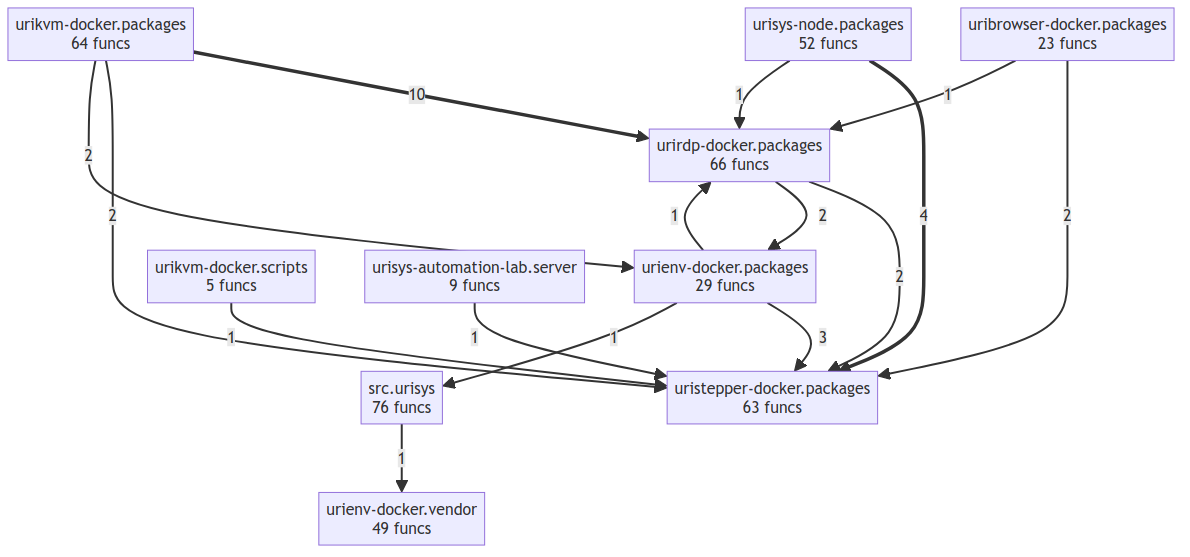
tellmesh/urisys keeps this Mermaid diagram as project/compact_flow.png. Above is the earlier version. Its source is kept beside it as project/compact_flow.mmd. Source of this version:
```mermaid
flowchart TD
    src__urisys["src.urisys<br/>76 funcs"]
    uribrowser_docker__packages["uribrowser-docker.packages<br/>23 funcs"]
    urienv_docker__packages["urienv-docker.packages<br/>29 funcs"]
    urienv_docker__vendor["urienv-docker.vendor<br/>49 funcs"]
    urikvm_docker__packages["urikvm-docker.packages<br/>64 funcs"]
    urikvm_docker__scripts["urikvm-docker.scripts<br/>5 funcs"]
    urirdp_docker__packages["urirdp-docker.packages<br/>66 funcs"]
    uristepper_docker__packages["uristepper-docker.packages<br/>63 funcs"]
    urisys_automation_lab__server["urisys-automation-lab.server<br/>9 funcs"]
    urisys_node__packages["urisys-node.packages<br/>52 funcs"]
    urikvm_docker__packages ==>|10| urirdp_docker__packages
    urisys_node__packages ==>|4| uristepper_docker__packages
    urienv_docker__packages -->|3| uristepper_docker__packages
    urirdp_docker__packages -->|2| uristepper_docker__packages
    urirdp_docker__packages -->|2| urienv_docker__packages
    uribrowser_docker__packages -->|2| uristepper_docker__packages
    urikvm_docker__packages -->|2| uristepper_docker__packages
    urikvm_docker__packages -->|2| urienv_docker__packages
    src__urisys -->|1| urienv_docker__vendor
    uribrowser_docker__packages -->|1| urirdp_docker__packages
    urikvm_docker__scripts -->|1| uristepper_docker__packages
    urienv_docker__packages -->|1| src__urisys
    urienv_docker__packages -->|1| urirdp_docker__packages
    urisys_node__packages -->|1| urirdp_docker__packages
    urisys_automation_lab__server -->|1| uristepper_docker__packages
```
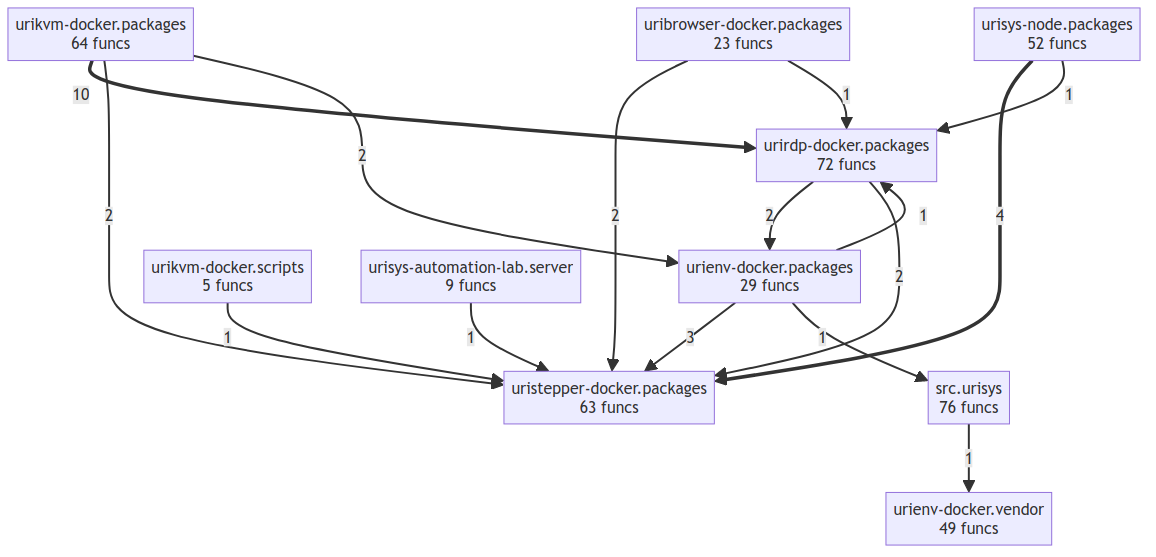
Above is the later version.

What changed in the source:
```diff
@@ -5,22 +5,22 @@
     urienv_docker__vendor["urienv-docker.vendor<br/>49 funcs"]
     urikvm_docker__packages["urikvm-docker.packages<br/>64 funcs"]
     urikvm_docker__scripts["urikvm-docker.scripts<br/>5 funcs"]
-    urirdp_docker__packages["urirdp-docker.packages<br/>66 funcs"]
+    urirdp_docker__packages["urirdp-docker.packages<br/>72 funcs"]
     uristepper_docker__packages["uristepper-docker.packages<br/>63 funcs"]
     urisys_automation_lab__server["urisys-automation-lab.server<br/>9 funcs"]
     urisys_node__packages["urisys-node.packages<br/>52 funcs"]
     urikvm_docker__packages ==>|10| urirdp_docker__packages
     urisys_node__packages ==>|4| uristepper_docker__packages
     urienv_docker__packages -->|3| uristepper_docker__packages
-    urirdp_docker__packages -->|2| uristepper_docker__packages
     urirdp_docker__packages -->|2| urienv_docker__packages
     uribrowser_docker__packages -->|2| uristepper_docker__packages
     urikvm_docker__packages -->|2| uristepper_docker__packages
     urikvm_docker__packages -->|2| urienv_docker__packages
+    urirdp_docker__packages -->|2| uristepper_docker__packages
     src__urisys -->|1| urienv_docker__vendor
     uribrowser_docker__packages -->|1| urirdp_docker__packages
     urikvm_docker__scripts -->|1| uristepper_docker__packages
+    urisys_automation_lab__server -->|1| uristepper_docker__packages
     urienv_docker__packages -->|1| src__urisys
     urienv_docker__packages -->|1| urirdp_docker__packages
     urisys_node__packages -->|1| urirdp_docker__packages
-    urisys_automation_lab__server -->|1| uristepper_docker__packages
```
